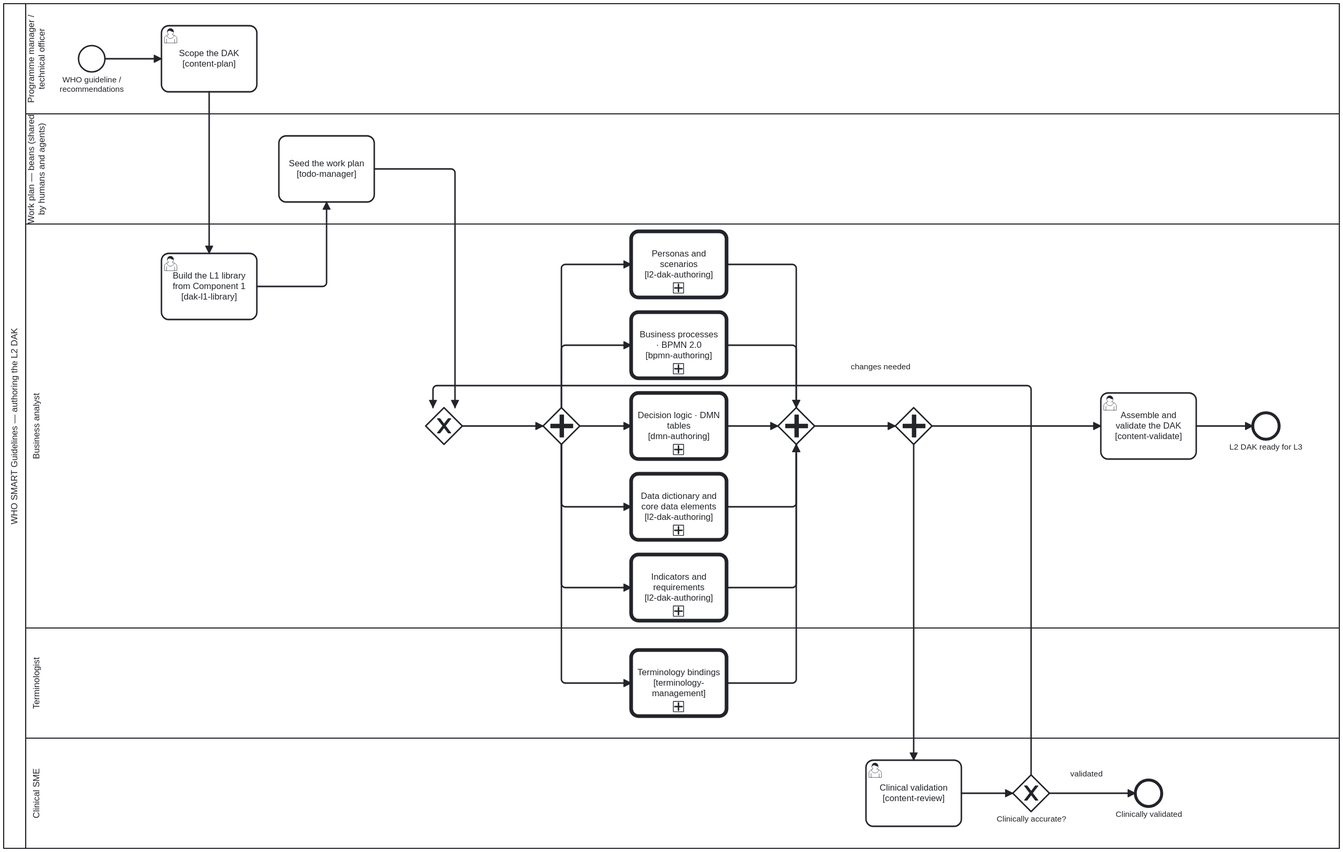
Earlier version of the BPMN export smart-base/processes/content/l2-dak-authoring.svg (litlfred/smart-base). Its source is kept beside it as smart-base/processes/content/l2-dak-authoring.bpmn. Ids are renumbered.
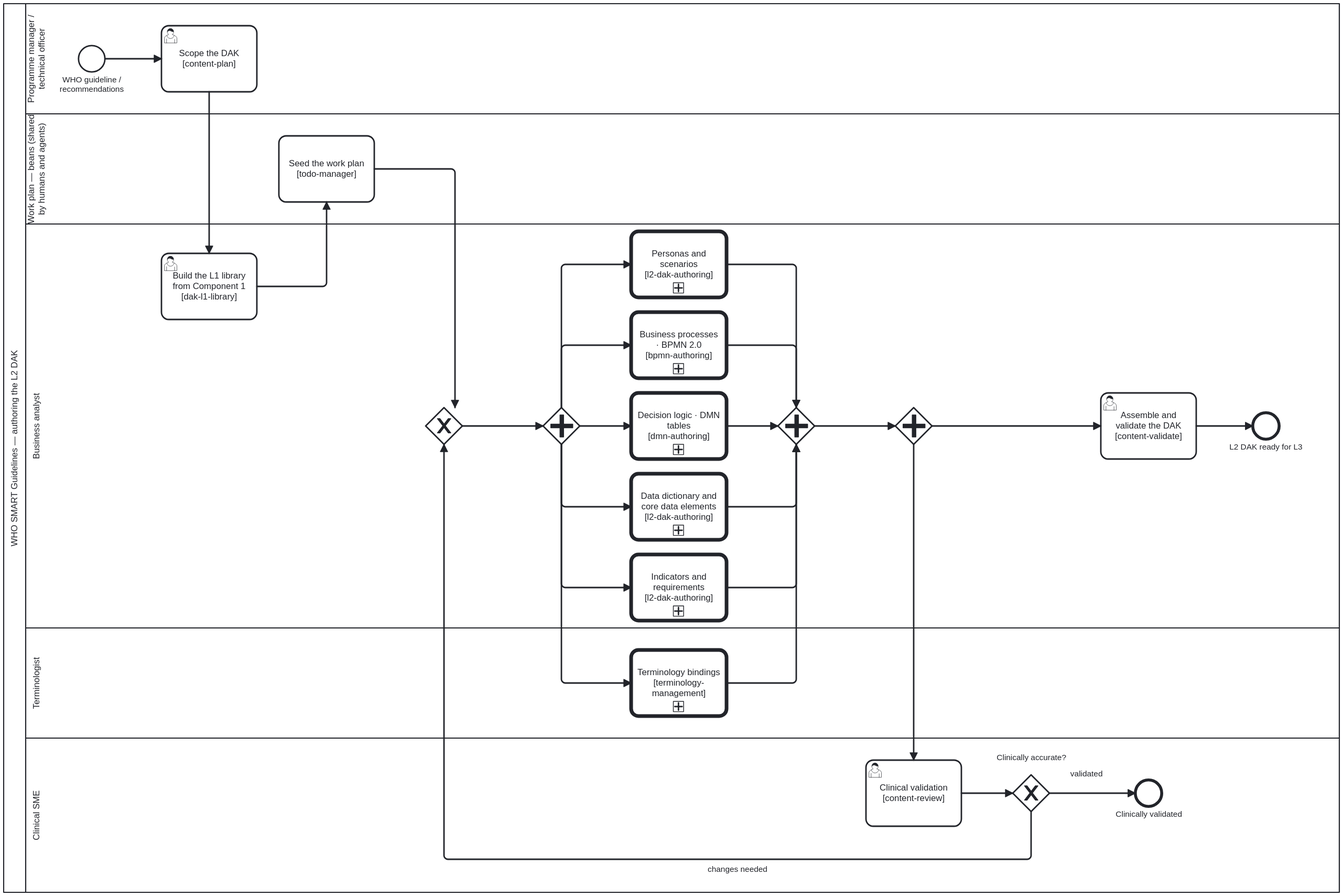
After the commit.

Commit message:
Tidy three process diagram layouts (BPMNDI only)

Change to the diagram source:
```diff
@@ -248,7 +248,7 @@
   <bpmndi:BPMNDiagram id="BPMNDiagram_1">
     <bpmndi:BPMNPlane id="BPMNPlane_1" bpmnElement="Collaboration_L2Dak">
       <bpmndi:BPMNShape id="Participant_L2Dak_di" bpmnElement="Participant_L2Dak" isHorizontal="true">
-        <dc:Bounds x="160" y="80" width="1820" height="1150" />
+        <dc:Bounds x="160" y="80" width="1820" height="1210" />
       </bpmndi:BPMNShape>
       <bpmndi:BPMNShape id="Lane_Programme_di" bpmnElement="Lane_Programme" isHorizontal="true">
         <dc:Bounds x="190" y="80" width="1790" height="150" />
@@ -263,7 +263,7 @@
         <dc:Bounds x="190" y="930" width="1790" height="150" />
       </bpmndi:BPMNShape>
       <bpmndi:BPMNShape id="Lane_Sme_di" bpmnElement="Lane_Sme" isHorizontal="true">
-        <dc:Bounds x="190" y="1080" width="1790" height="150" />
+        <dc:Bounds x="190" y="1080" width="1790" height="210" />
       </bpmndi:BPMNShape>
       <bpmndi:BPMNShape id="StartEvent_Guideline_di" bpmnElement="StartEvent_Guideline">
         <dc:Bounds x="262" y="137" width="36" height="36" />
@@ -322,7 +322,7 @@
       <bpmndi:BPMNShape id="Gateway_Accurate_di" bpmnElement="Gateway_Accurate" isMarkerVisible="true">
         <dc:Bounds x="1535" y="1130" width="50" height="50" />
         <bpmndi:BPMNLabel>
-          <dc:Bounds x="1495" y="1184" width="130" height="28" />
+          <dc:Bounds x="1500" y="1100" width="120" height="20" />
         </bpmndi:BPMNLabel>
       </bpmndi:BPMNShape>
       <bpmndi:BPMNShape id="Task_AssembleDak_di" bpmnElement="Task_AssembleDak">
@@ -431,12 +431,12 @@
         <di:waypoint x="1535" y="1155" />
       </bpmndi:BPMNEdge>
       <bpmndi:BPMNEdge id="B19_di" bpmnElement="B19">
-        <di:waypoint x="1560" y="1130" />
-        <di:waypoint x="1560" y="600" />
-        <di:waypoint x="745" y="600" />
-        <di:waypoint x="745" y="630" />
+        <di:waypoint x="1560" y="1180" />
+        <di:waypoint x="1560" y="1245" />
+        <di:waypoint x="760" y="1245" />
+        <di:waypoint x="760" y="680" />
         <bpmndi:BPMNLabel>
-          <dc:Bounds x="1300" y="568" width="110" height="27" />
+          <dc:Bounds x="1105" y="1252" width="110" height="20" />
         </bpmndi:BPMNLabel>
       </bpmndi:BPMNEdge>
       <bpmndi:BPMNEdge id="B20_di" bpmnElement="B20">
```
